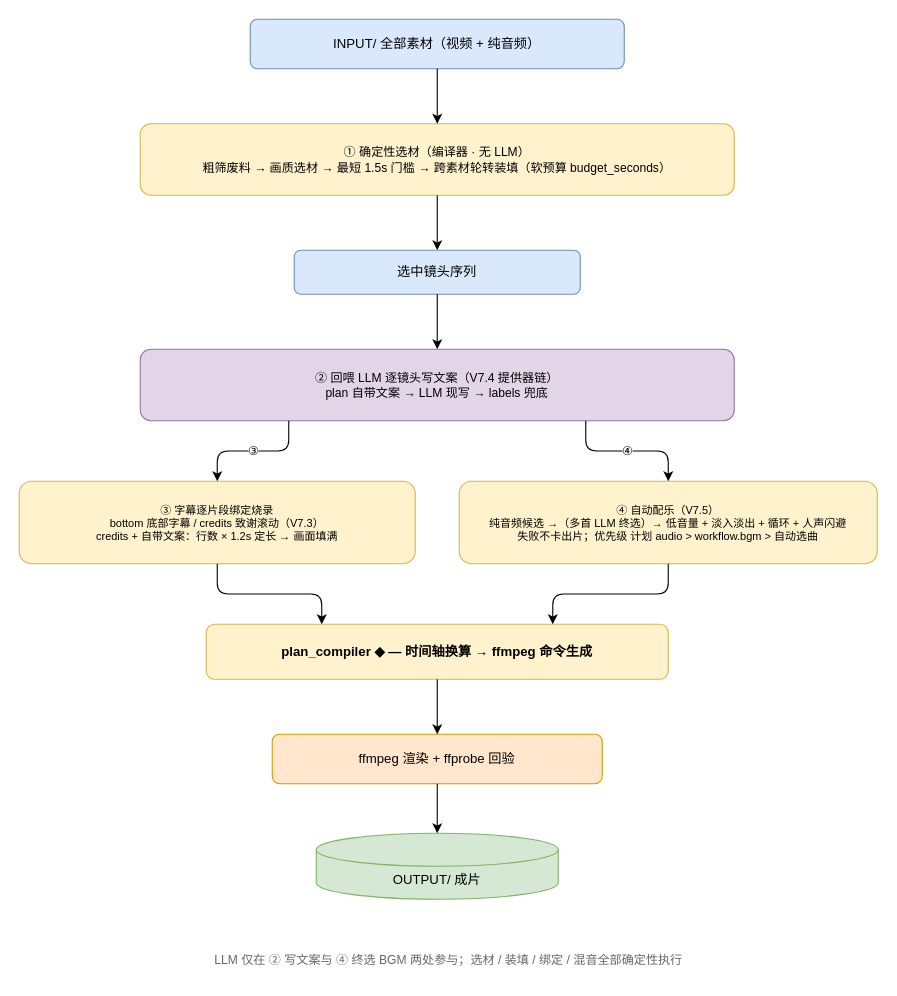
Earlier version of the draw.io diagram page "smart_create 数据流" (2 of 2) of docs/architecture.drawio (CoderPro-young/SmartTrimAgent-). Source tidied: cells renumbered, new cells numbered last; positions are measured from the earlier drawing's top-left corner, leaving out a move shared by most shapes. Both pictures are drawn from the tidied source at 110%, with x=0, y=0 at pixel (19, 19).
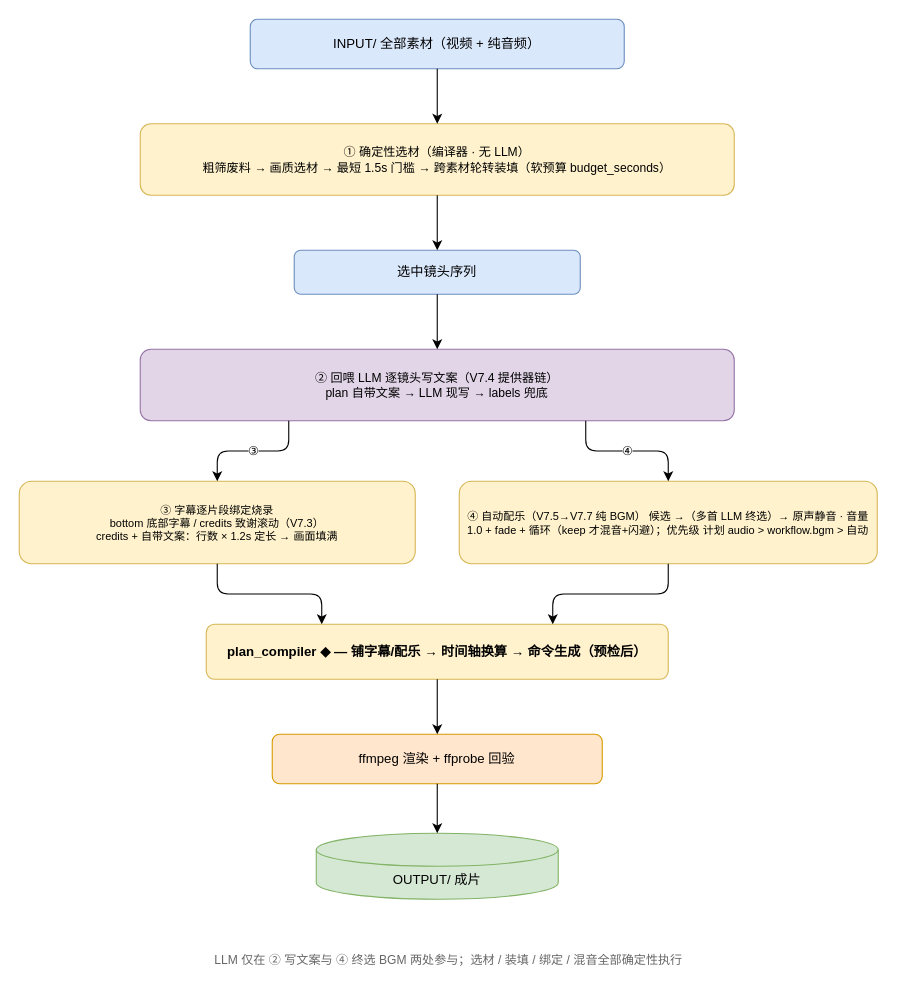
Above is the later version.

What changed in the source:
```diff
@@
-    <mxCell id="7" value="④ 自动配乐（V7.5）&#10;纯音频候选 →（多首 LLM 终选）→ 低音量 + 淡入淡出 + 循环 + 人声闪避&#10;失败不卡出片；优先级 计划 audio &gt; workflow.bgm &gt; 自动选曲" style="rounded=1;whiteSpace=wrap;html=1;fillColor=#fff2cc;strokeColor=#d6b656;fontSize=10;" parent="1" vertex="1">
+    <mxCell id="7" value="④ 自动配乐（V7.5→V7.7 纯 BGM） 候选 →（多首 LLM 终选）→ 原声静音 · 音量1.0 + fade + 循环（keep 才混音+闪避）；优先级 计划 audio &gt; workflow.bgm &gt; 自动" style="rounded=1;whiteSpace=wrap;html=1;fillColor=#fff2cc;strokeColor=#d6b656;fontSize=10;" parent="1" vertex="1">
       <mxGeometry x="400" y="420" width="380" height="75" as="geometry" />
     </mxCell>
-    <mxCell id="8" value="plan_compiler ◆ — 时间轴换算 → ffmpeg 命令生成" style="rounded=1;whiteSpace=wrap;html=1;fillColor=#fff2cc;strokeColor=#d6b656;fontSize=12;fontStyle=1;" parent="1" vertex="1">
+    <mxCell id="8" value="plan_compiler ◆ — 铺字幕/配乐 → 时间轴换算 → 命令生成（预检后）" style="rounded=1;whiteSpace=wrap;html=1;fillColor=#fff2cc;strokeColor=#d6b656;fontSize=12;fontStyle=1;" parent="1" vertex="1">
       <mxGeometry x="170" y="550" width="420" height="50" as="geometry" />
     </mxCell>
```
